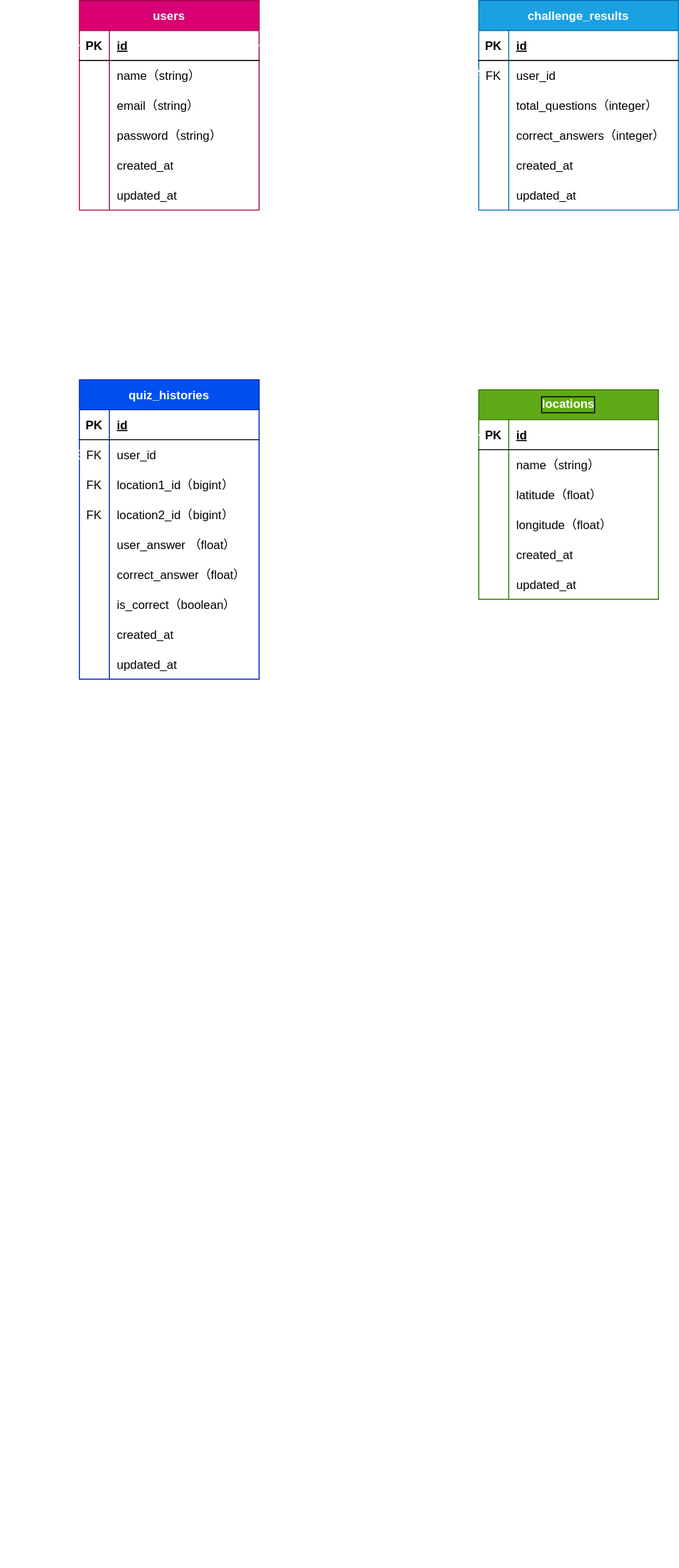
The draw.io diagram ER_diagram.drawio.svg in miki-hayashi-71/KABUNOMI, before a commit. Source tidied: cells renumbered, new cells last; positions are measured from the earlier drawing's top-left corner, leaving out a move shared by most shapes.
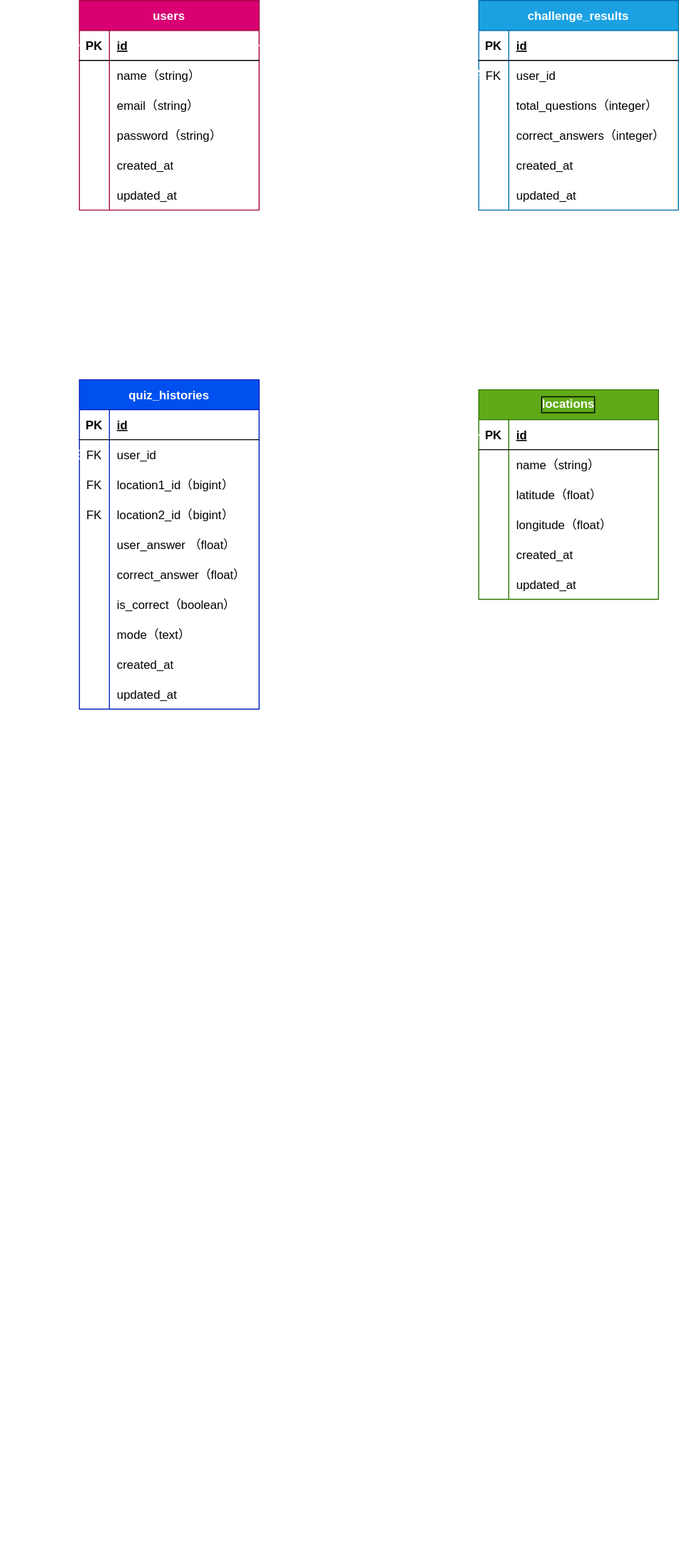
The same diagram one commit later.

Commit message:
change:QuizHistoriesテーブルのカラムの追加と削除

Diff of the diagram source:
```diff
@@ -123,7 +123,7 @@
       <mxGeometry x="30" width="150" height="30" as="geometry" />
     </mxCell>
     <mxCell id="42" value="quiz_histories" style="shape=table;startSize=30;rowLines=0;fontStyle=1;align=center;fillColor=#0050ef;strokeColor=#001DBC;fontColor=#ffffff;" parent="1" vertex="1">
-      <mxGeometry x="70" y="380" width="180" height="300" as="geometry" />
+      <mxGeometry x="70" y="380" width="180" height="330" as="geometry" />
     </mxCell>
     <mxCell id="43" style="shape=tableRow;horizontal=0;startSize=0;swimlaneHead=0;swimlaneBody=0;fillColor=none;top=0;left=0;right=0;bottom=1;" parent="42" vertex="1">
       <mxGeometry y="30" width="180" height="30" as="geometry" />
@@ -188,8 +188,17 @@
     <mxCell id="63" value="is_correct（boolean）" style="shape=partialRectangle;fillColor=none;top=0;left=0;bottom=0;right=0;align=left;spacingLeft=6;overflow=hidden;" parent="61" vertex="1">
       <mxGeometry x="30" width="150" height="30" as="geometry" />
     </mxCell>
+    <mxCell id="93" style="shape=tableRow;horizontal=0;startSize=0;swimlaneHead=0;swimlaneBody=0;fillColor=none;top=0;left=0;right=0;bottom=0;" parent="42" vertex="1">
+      <mxGeometry y="240" width="180" height="30" as="geometry" />
+    </mxCell>
+    <mxCell id="94" style="shape=partialRectangle;fillColor=none;top=0;left=0;bottom=0;right=0;overflow=hidden;" parent="93" vertex="1">
+      <mxGeometry width="30" height="30" as="geometry" />
+    </mxCell>
+    <mxCell id="95" value="mode（text）" style="shape=partialRectangle;fillColor=none;top=0;left=0;bottom=0;right=0;align=left;spacingLeft=6;overflow=hidden;" parent="93" vertex="1">
+      <mxGeometry x="30" width="150" height="30" as="geometry" />
+    </mxCell>
     <mxCell id="64" style="shape=tableRow;horizontal=0;startSize=0;swimlaneHead=0;swimlaneBody=0;fillColor=none;top=0;left=0;right=0;bottom=0;" parent="42" vertex="1">
-      <mxGeometry y="240" width="180" height="30" as="geometry" />
+      <mxGeometry y="270" width="180" height="30" as="geometry" />
     </mxCell>
     <mxCell id="65" style="shape=partialRectangle;fillColor=none;top=0;left=0;bottom=0;right=0;overflow=hidden;" parent="64" vertex="1">
       <mxGeometry width="30" height="30" as="geometry" />
@@ -198,7 +207,7 @@
       <mxGeometry x="30" width="150" height="30" as="geometry" />
     </mxCell>
     <mxCell id="67" style="shape=tableRow;horizontal=0;startSize=0;swimlaneHead=0;swimlaneBody=0;fillColor=none;top=0;left=0;right=0;bottom=0;" parent="42" vertex="1">
-      <mxGeometry y="270" width="180" height="30" as="geometry" />
+      <mxGeometry y="300" width="180" height="30" as="geometry" />
     </mxCell>
     <mxCell id="68" style="shape=partialRectangle;fillColor=none;top=0;left=0;bottom=0;right=0;overflow=hidden;" parent="67" vertex="1">
       <mxGeometry width="30" height="30" as="geometry" />
```
